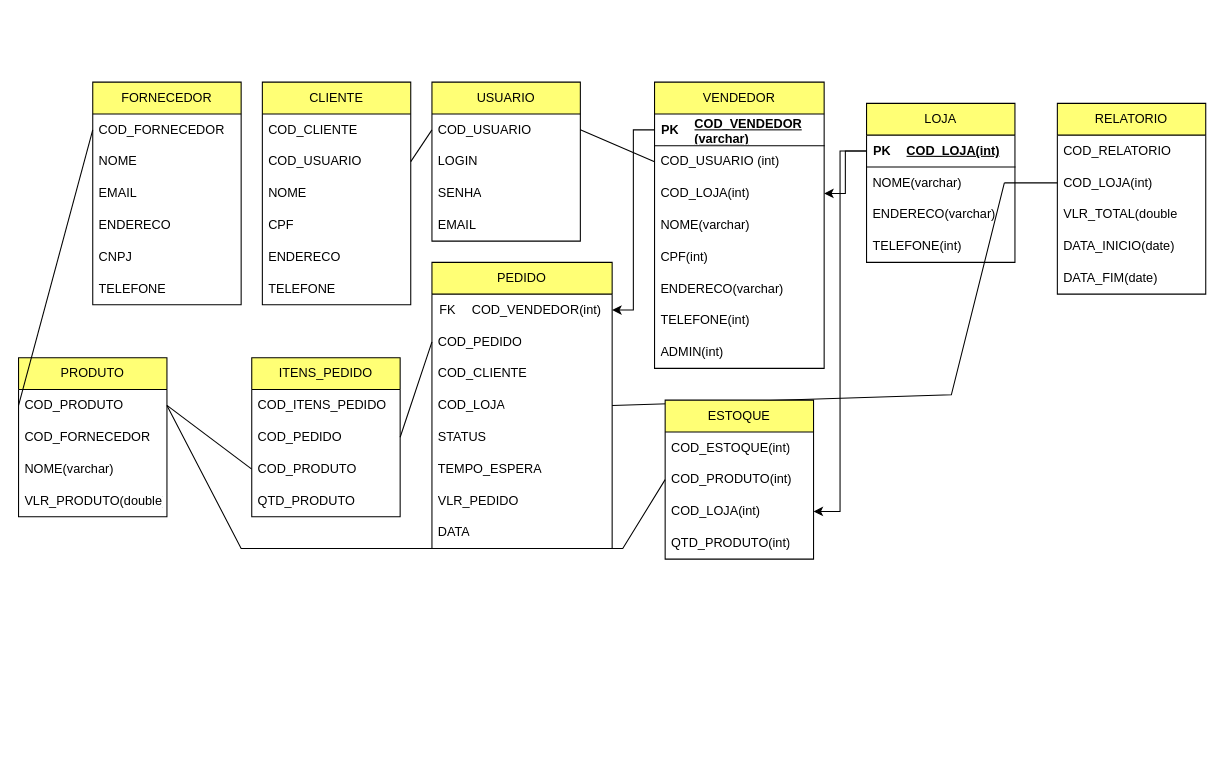
Earlier version of the draw.io diagram ProjetoLógicoZéDelivery/zedelivery.drawio (NicolasKevin2/BD). Source tidied: cells renumbered, new cells numbered last; positions are measured from the earlier drawing's top-left corner, leaving out a move shared by most shapes. Both pictures are drawn from the tidied source at 106%, with x=0, y=0 at pixel (18, 82).
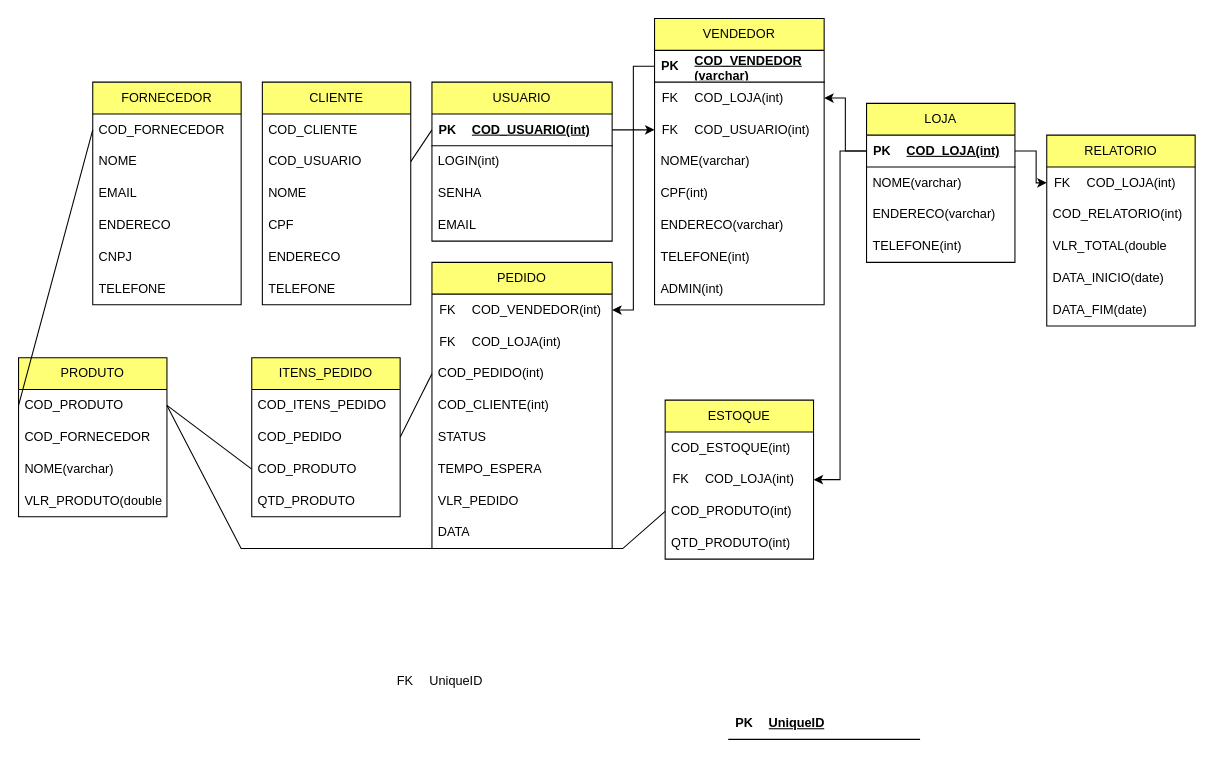
The same diagram, later.

Unchanged cells that the change refers to:
```xml
<mxCell id="9" value="COD_USUARIO" style="text;strokeColor=none;fillColor=none;align=left;verticalAlign=middle;spacingLeft=4;spacingRight=4;overflow=hidden;points=[[0,0.5],[1,0.5]];portConstraint=eastwest;whiteSpace=wrap;html=1;" parent="7" vertex="1">
  <mxGeometry y="60" width="140" height="30" as="geometry" />
</mxCell>
<mxCell id="29" style="shape=tableRow;horizontal=0;startSize=0;swimlaneHead=0;swimlaneBody=0;fillColor=none;points=[[0,0.5],[1,0.5]];portConstraint=eastwest;top=0;left=0;right=0;bottom=1;" parent="28" vertex="1">
  <mxGeometry width="140" height="30" as="geometry" />
</mxCell>
<mxCell id="35" value="PEDIDO" style="swimlane;fontStyle=0;horizontal=1;startSize=30;whiteSpace=wrap;html=1;fillColor=#FFFF75;" parent="1" vertex="1">
  <mxGeometry x="390" y="170" width="170" height="270" as="geometry" />
</mxCell>
<mxCell id="68" value="ESTOQUE" style="swimlane;fontStyle=0;horizontal=1;startSize=30;whiteSpace=wrap;html=1;fillColor=#FFFF75;" parent="1" vertex="1">
  <mxGeometry x="610" y="300" width="140" height="150" as="geometry" />
</mxCell>
```

What changed in the source:
```diff
@@
     <mxCell id="2" value="USUARIO" style="swimlane;fontStyle=0;horizontal=1;startSize=30;whiteSpace=wrap;html=1;fillColor=#FFFF75;" parent="1" vertex="1">
-      <mxGeometry x="390" width="140" height="150" as="geometry" />
+      <mxGeometry x="390" width="170" height="150" as="geometry" />
     </mxCell>
-    <mxCell id="3" value="COD_USUARIO" style="text;strokeColor=none;fillColor=none;align=left;verticalAlign=middle;spacingLeft=4;spacingRight=4;overflow=hidden;points=[[0,0.5],[1,0.5]];portConstraint=eastwest;whiteSpace=wrap;html=1;" parent="2" vertex="1">
-      <mxGeometry y="30" width="140" height="30" as="geometry" />
-    </mxCell>
+    <mxCell id="84" style="shape=table;startSize=0;childLayout=tableLayout;rowLines=0;fontStyle=0;align=center;strokeColor=none;fillColor=none;" parent="2" vertex="1">
+      <mxGeometry y="30" width="170" height="30" as="geometry" />
+    </mxCell>
+    <mxCell id="85" style="shape=tableRow;horizontal=0;startSize=0;swimlaneHead=0;swimlaneBody=0;fillColor=none;points=[[0,0.5],[1,0.5]];portConstraint=eastwest;top=0;left=0;right=0;bottom=1;" parent="84" vertex="1">
+      <mxGeometry width="170" height="30" as="geometry" />
+    </mxCell>
+    <mxCell id="86" value="PK" style="shape=partialRectangle;fillColor=none;top=0;left=0;bottom=0;right=0;fontStyle=1;overflow=hidden;whiteSpace=wrap;html=1;" parent="85" vertex="1">
+      <mxGeometry width="30" height="30" as="geometry" />
+    </mxCell>
+    <mxCell id="87" value="COD_USUARIO(int)" style="shape=partialRectangle;fillColor=none;top=0;left=0;bottom=0;right=0;align=left;spacingLeft=6;fontStyle=5;overflow=hidden;whiteSpace=wrap;html=1;" parent="85" vertex="1">
+      <mxGeometry x="30" width="140" height="30" as="geometry" />
+    </mxCell>
-    <mxCell id="4" value="LOGIN" style="text;strokeColor=none;fillColor=none;align=left;verticalAlign=middle;spacingLeft=4;spacingRight=4;overflow=hidden;whiteSpace=wrap;html=1;" parent="2" vertex="1">
-      <mxGeometry y="60" width="140" height="30" as="geometry" />
+    <mxCell id="4" value="LOGIN(int)" style="text;strokeColor=none;fillColor=none;align=left;verticalAlign=middle;spacingLeft=4;spacingRight=4;overflow=hidden;whiteSpace=wrap;html=1;" parent="2" vertex="1">
+      <mxGeometry y="60" width="170" height="30" as="geometry" />
     </mxCell>
     <mxCell id="5" value="SENHA" style="text;strokeColor=none;fillColor=none;align=left;verticalAlign=middle;spacingLeft=4;spacingRight=4;overflow=hidden;whiteSpace=wrap;html=1;" parent="2" vertex="1">
-      <mxGeometry y="90" width="140" height="30" as="geometry" />
+      <mxGeometry y="90" width="170" height="30" as="geometry" />
     </mxCell>
     <mxCell id="6" value="EMAIL" style="text;strokeColor=none;fillColor=none;align=left;verticalAlign=middle;spacingLeft=4;spacingRight=4;overflow=hidden;whiteSpace=wrap;html=1;" parent="2" vertex="1">
-      <mxGeometry y="120" width="140" height="30" as="geometry" />
+      <mxGeometry y="120" width="170" height="30" as="geometry" />
     </mxCell>
@@
-    <mxCell id="14" style="endArrow=none;html=1;rounded=0;entryX=0;entryY=0.5;entryDx=0;entryDy=0;exitX=1;exitY=0.5;exitDx=0;exitDy=0;" parent="1" edge="1" source="9" target="3">
-      <mxGeometry relative="1" as="geometry" />
+    <mxCell id="14" style="endArrow=none;html=1;rounded=0;entryX=0;entryY=0.5;entryDx=0;entryDy=0;exitX=1;exitY=0.5;exitDx=0;exitDy=0;" parent="1" edge="1" source="9">
+      <mxGeometry relative="1" as="geometry">
+        <mxPoint x="390" y="45" as="targetPoint" />
+      </mxGeometry>
     </mxCell>
     <mxCell id="15" value="VENDEDOR" style="swimlane;fontStyle=0;horizontal=1;startSize=30;whiteSpace=wrap;html=1;fillColor=#FFFF75;" parent="1" vertex="1">
-      <mxGeometry x="600" width="160" height="270" as="geometry" />
+      <mxGeometry x="600" y="-60" width="160" height="270" as="geometry" />
     </mxCell>
@@
-    <mxCell id="19" value="COD_USUARIO (int)" style="text;strokeColor=none;fillColor=none;align=left;verticalAlign=middle;spacingLeft=4;spacingRight=4;overflow=hidden;points=[[0,0.5],[1,0.5]];portConstraint=eastwest;whiteSpace=wrap;html=1;" parent="15" vertex="1">
-      <mxGeometry y="60" width="160" height="30" as="geometry" />
-    </mxCell>
-    <mxCell id="20" value="COD_LOJA(int)" style="text;strokeColor=none;fillColor=none;align=left;verticalAlign=middle;spacingLeft=4;spacingRight=4;overflow=hidden;points=[[0,0.5],[1,0.5]];portConstraint=eastwest;whiteSpace=wrap;html=1;" parent="15" vertex="1">
-      <mxGeometry y="90" width="160" height="30" as="geometry" />
-    </mxCell>
+    <mxCell id="88" style="shape=table;startSize=0;childLayout=tableLayout;rowLines=0;fontStyle=0;align=center;strokeColor=none;fillColor=none;" parent="15" vertex="1">
+      <mxGeometry y="60" width="160" height="30" as="geometry" />
+    </mxCell>
+    <mxCell id="89" style="shape=tableRow;horizontal=0;startSize=0;swimlaneHead=0;swimlaneBody=0;fillColor=none;points=[[0,0.5],[1,0.5]];portConstraint=eastwest;top=0;left=0;right=0;bottom=0;" parent="88" vertex="1">
+      <mxGeometry width="160" height="30" as="geometry" />
+    </mxCell>
+    <mxCell id="90" value="FK" style="shape=partialRectangle;fillColor=none;top=0;left=0;bottom=0;right=0;fontStyle=0;overflow=hidden;whiteSpace=wrap;html=1;" parent="89" vertex="1">
+      <mxGeometry width="30" height="30" as="geometry" />
+    </mxCell>
+    <mxCell id="91" value="COD_LOJA(int)" style="shape=partialRectangle;fillColor=none;top=0;left=0;bottom=0;right=0;align=left;spacingLeft=6;fontStyle=0;overflow=hidden;whiteSpace=wrap;html=1;" parent="89" vertex="1">
+      <mxGeometry x="30" width="130" height="30" as="geometry" />
+    </mxCell>
+    <mxCell id="92" style="shape=table;startSize=0;childLayout=tableLayout;rowLines=0;fontStyle=0;align=center;strokeColor=none;fillColor=none;" parent="15" vertex="1">
+      <mxGeometry y="90" width="160" height="30" as="geometry" />
+    </mxCell>
+    <mxCell id="93" style="shape=tableRow;horizontal=0;startSize=0;swimlaneHead=0;swimlaneBody=0;fillColor=none;points=[[0,0.5],[1,0.5]];portConstraint=eastwest;top=0;left=0;right=0;bottom=0;" parent="92" vertex="1">
+      <mxGeometry width="160" height="30" as="geometry" />
+    </mxCell>
+    <mxCell id="94" value="FK" style="shape=partialRectangle;fillColor=none;top=0;left=0;bottom=0;right=0;fontStyle=0;overflow=hidden;whiteSpace=wrap;html=1;" parent="93" vertex="1">
+      <mxGeometry width="30" height="30" as="geometry" />
+    </mxCell>
+    <mxCell id="95" value="COD_USUARIO(int)" style="shape=partialRectangle;fillColor=none;top=0;left=0;bottom=0;right=0;align=left;spacingLeft=6;fontStyle=0;overflow=hidden;whiteSpace=wrap;html=1;" parent="93" vertex="1">
+      <mxGeometry x="30" width="130" height="30" as="geometry" />
+    </mxCell>
@@
-    <mxCell id="26" style="endArrow=none;html=1;rounded=0;entryX=0;entryY=0.5;entryDx=0;entryDy=0;exitX=1;exitY=0.5;exitDx=0;exitDy=0;" parent="1" edge="1" source="3" target="19">
-      <mxGeometry relative="1" as="geometry" />
-    </mxCell>
@@
+    <mxCell id="96" style="shape=table;startSize=0;childLayout=tableLayout;rowLines=0;fontStyle=0;align=center;strokeColor=none;fillColor=none;" parent="35" vertex="1">
+      <mxGeometry y="60" width="170" height="30" as="geometry" />
+    </mxCell>
+    <mxCell id="97" style="shape=tableRow;horizontal=0;startSize=0;swimlaneHead=0;swimlaneBody=0;fillColor=none;top=0;left=0;right=0;bottom=0;" parent="96" vertex="1">
+      <mxGeometry width="170" height="30" as="geometry" />
+    </mxCell>
+    <mxCell id="98" value="FK" style="shape=partialRectangle;fillColor=none;top=0;left=0;bottom=0;right=0;fontStyle=0;overflow=hidden;whiteSpace=wrap;html=1;" parent="97" vertex="1">
+      <mxGeometry width="30" height="30" as="geometry" />
+    </mxCell>
+    <mxCell id="99" value="COD_LOJA(int)" style="shape=partialRectangle;fillColor=none;top=0;left=0;bottom=0;right=0;align=left;spacingLeft=6;fontStyle=0;overflow=hidden;whiteSpace=wrap;html=1;" parent="97" vertex="1">
+      <mxGeometry x="30" width="140" height="30" as="geometry" />
+    </mxCell>
-    <mxCell id="40" value="COD_PEDIDO" style="text;strokeColor=none;fillColor=none;align=left;verticalAlign=middle;spacingLeft=4;spacingRight=4;overflow=hidden;points=[[0,0.5],[1,0.5]];portConstraint=eastwest;whiteSpace=wrap;html=1;" parent="35" vertex="1">
-      <mxGeometry y="60" width="170" height="30" as="geometry" />
+    <mxCell id="40" value="COD_PEDIDO(int)" style="text;strokeColor=none;fillColor=none;align=left;verticalAlign=middle;spacingLeft=4;spacingRight=4;overflow=hidden;points=[[0,0.5],[1,0.5]];portConstraint=eastwest;whiteSpace=wrap;html=1;" parent="35" vertex="1">
+      <mxGeometry y="90" width="170" height="30" as="geometry" />
     </mxCell>
-    <mxCell id="41" value="COD_CLIENTE" style="text;strokeColor=none;fillColor=none;align=left;verticalAlign=middle;spacingLeft=4;spacingRight=4;overflow=hidden;whiteSpace=wrap;html=1;" parent="35" vertex="1">
-      <mxGeometry y="90" width="170" height="30" as="geometry" />
+    <mxCell id="41" value="COD_CLIENTE(int)" style="text;strokeColor=none;fillColor=none;align=left;verticalAlign=middle;spacingLeft=4;spacingRight=4;overflow=hidden;whiteSpace=wrap;html=1;" parent="35" vertex="1">
+      <mxGeometry y="120" width="170" height="30" as="geometry" />
     </mxCell>
-    <mxCell id="42" value="COD_LOJA" style="text;strokeColor=none;fillColor=none;align=left;verticalAlign=middle;spacingLeft=4;spacingRight=4;overflow=hidden;points=[[0,0.5],[1,0.5]];portConstraint=eastwest;whiteSpace=wrap;html=1;" parent="35" vertex="1">
-      <mxGeometry y="120" width="170" height="30" as="geometry" />
-    </mxCell>
@@
-    <mxCell id="53" style="endArrow=none;html=1;rounded=0;entryX=1;entryY=0.5;entryDx=0;entryDy=0;exitX=1;exitY=0.5;exitDx=0;exitDy=0;" parent="1" edge="1" target="42">
-      <mxGeometry relative="1" as="geometry">
-        <mxPoint x="930" y="95" as="sourcePoint" />
-        <Array as="points">
-          <mxPoint x="880" y="295" />
-        </Array>
-      </mxGeometry>
-    </mxCell>
@@
+    <mxCell id="100" style="shape=table;startSize=0;childLayout=tableLayout;rowLines=0;fontStyle=0;align=center;strokeColor=none;fillColor=none;" parent="68" vertex="1">
+      <mxGeometry y="60" width="140" height="30" as="geometry" />
+    </mxCell>
+    <mxCell id="101" style="shape=tableRow;horizontal=0;startSize=0;swimlaneHead=0;swimlaneBody=0;fillColor=none;points=[[0,0.5],[1,0.5]];portConstraint=eastwest;top=0;left=0;right=0;bottom=0;" parent="100" vertex="1">
+      <mxGeometry width="140" height="30" as="geometry" />
+    </mxCell>
+    <mxCell id="102" value="FK" style="shape=partialRectangle;fillColor=none;top=0;left=0;bottom=0;right=0;fontStyle=0;overflow=hidden;whiteSpace=wrap;html=1;" parent="101" vertex="1">
+      <mxGeometry width="30" height="30" as="geometry" />
+    </mxCell>
+    <mxCell id="103" value="COD_LOJA(int)" style="shape=partialRectangle;fillColor=none;top=0;left=0;bottom=0;right=0;align=left;spacingLeft=6;fontStyle=0;overflow=hidden;whiteSpace=wrap;html=1;" parent="101" vertex="1">
+      <mxGeometry x="30" width="110" height="30" as="geometry" />
+    </mxCell>
     <mxCell id="70" value="COD_PRODUTO(int)" style="text;strokeColor=none;fillColor=none;align=left;verticalAlign=middle;spacingLeft=4;spacingRight=4;overflow=hidden;points=[[0,0.5],[1,0.5]];portConstraint=eastwest;whiteSpace=wrap;html=1;" parent="68" vertex="1">
-      <mxGeometry y="60" width="140" height="30" as="geometry" />
+      <mxGeometry y="90" width="140" height="30" as="geometry" />
     </mxCell>
-    <mxCell id="71" value="COD_LOJA(int)" style="text;strokeColor=none;fillColor=none;align=left;verticalAlign=middle;spacingLeft=4;spacingRight=4;overflow=hidden;points=[[0,0.5],[1,0.5]];portConstraint=eastwest;whiteSpace=wrap;html=1;" parent="68" vertex="1">
-      <mxGeometry y="90" width="140" height="30" as="geometry" />
-    </mxCell>
@@
     <mxCell id="74" value="RELATORIO" style="swimlane;fontStyle=0;horizontal=1;startSize=30;whiteSpace=wrap;html=1;fillColor=#FFFF75;" parent="1" vertex="1">
-      <mxGeometry x="980" y="20" width="140" height="180" as="geometry" />
+      <mxGeometry x="970" y="50" width="140" height="180" as="geometry" />
     </mxCell>
+    <mxCell id="104" style="shape=table;startSize=0;childLayout=tableLayout;rowLines=0;fontStyle=0;align=center;strokeColor=none;fillColor=none;" parent="74" vertex="1">
+      <mxGeometry y="30" width="140" height="30" as="geometry" />
+    </mxCell>
+    <mxCell id="105" style="shape=tableRow;horizontal=0;startSize=0;swimlaneHead=0;swimlaneBody=0;fillColor=none;points=[[0,0.5],[1,0.5]];portConstraint=eastwest;top=0;left=0;right=0;bottom=0;" parent="104" vertex="1">
+      <mxGeometry width="140" height="30" as="geometry" />
+    </mxCell>
+    <mxCell id="106" value="FK" style="shape=partialRectangle;fillColor=none;top=0;left=0;bottom=0;right=0;fontStyle=0;overflow=hidden;whiteSpace=wrap;html=1;" parent="105" vertex="1">
+      <mxGeometry width="30" height="30" as="geometry" />
+    </mxCell>
+    <mxCell id="107" value="COD_LOJA(int)" style="shape=partialRectangle;fillColor=none;top=0;left=0;bottom=0;right=0;align=left;spacingLeft=6;fontStyle=0;overflow=hidden;whiteSpace=wrap;html=1;" parent="105" vertex="1">
+      <mxGeometry x="30" width="110" height="30" as="geometry" />
+    </mxCell>
-    <mxCell id="75" value="COD_RELATORIO" style="text;strokeColor=none;fillColor=none;align=left;verticalAlign=middle;spacingLeft=4;spacingRight=4;overflow=hidden;whiteSpace=wrap;html=1;" parent="74" vertex="1">
-      <mxGeometry y="30" width="140" height="30" as="geometry" />
+    <mxCell id="75" value="COD_RELATORIO(int)" style="text;strokeColor=none;fillColor=none;align=left;verticalAlign=middle;spacingLeft=4;spacingRight=4;overflow=hidden;whiteSpace=wrap;html=1;" parent="74" vertex="1">
+      <mxGeometry y="60" width="140" height="30" as="geometry" />
     </mxCell>
-    <mxCell id="76" value="COD_LOJA(int)" style="text;strokeColor=none;fillColor=none;align=left;verticalAlign=middle;spacingLeft=4;spacingRight=4;overflow=hidden;points=[[0,0.5],[1,0.5]];portConstraint=eastwest;whiteSpace=wrap;html=1;" parent="74" vertex="1">
-      <mxGeometry y="60" width="140" height="30" as="geometry" />
-    </mxCell>
@@
-    <mxCell id="80" style="endArrow=none;html=1;rounded=0;entryX=1;entryY=0.5;entryDx=0;entryDy=0;exitX=0;exitY=0.5;exitDx=0;exitDy=0;" parent="1" edge="1" source="76">
-      <mxGeometry relative="1" as="geometry">
-        <mxPoint x="930" y="95" as="targetPoint" />
-      </mxGeometry>
-    </mxCell>
@@
-    <mxCell id="82" style="edgeStyle=orthogonalEdgeStyle;rounded=0;jettySize=auto;html=1;" parent="1" edge="1" source="29" target="71">
-      <mxGeometry relative="1" as="geometry" />
-    </mxCell>
-    <mxCell id="83" style="edgeStyle=orthogonalEdgeStyle;rounded=0;jettySize=auto;html=1;" parent="1" edge="1" source="29" target="20">
-      <mxGeometry relative="1" as="geometry" />
-    </mxCell>
+    <mxCell id="108" style="edgeStyle=orthogonalEdgeStyle;rounded=0;jettySize=auto;html=1;" parent="1" edge="1" source="29" target="89">
+      <mxGeometry relative="1" as="geometry" />
+    </mxCell>
+    <mxCell id="109" style="edgeStyle=orthogonalEdgeStyle;rounded=0;jettySize=auto;html=1;" parent="1" edge="1" source="29" target="101">
+      <mxGeometry relative="1" as="geometry" />
+    </mxCell>
+    <mxCell id="110" style="edgeStyle=orthogonalEdgeStyle;rounded=0;jettySize=auto;html=1;" parent="1" edge="1" source="29" target="105">
+      <mxGeometry relative="1" as="geometry" />
+    </mxCell>
+    <mxCell id="111" style="shape=table;startSize=0;childLayout=tableLayout;rowLines=0;fontStyle=0;align=center;strokeColor=none;fillColor=none;" parent="1" vertex="1">
+      <mxGeometry x="350" y="550" width="180" height="30" as="geometry" />
+    </mxCell>
+    <mxCell id="112" style="shape=tableRow;horizontal=0;startSize=0;swimlaneHead=0;swimlaneBody=0;fillColor=none;top=0;left=0;right=0;bottom=0;" parent="111" vertex="1">
+      <mxGeometry width="180" height="30" as="geometry" />
+    </mxCell>
+    <mxCell id="113" value="FK" style="shape=partialRectangle;fillColor=none;top=0;left=0;bottom=0;right=0;fontStyle=0;overflow=hidden;whiteSpace=wrap;html=1;" parent="112" vertex="1">
+      <mxGeometry width="30" height="30" as="geometry" />
+    </mxCell>
+    <mxCell id="114" value="UniqueID" style="shape=partialRectangle;fillColor=none;top=0;left=0;bottom=0;right=0;align=left;spacingLeft=6;fontStyle=0;overflow=hidden;whiteSpace=wrap;html=1;" parent="112" vertex="1">
+      <mxGeometry x="30" width="150" height="30" as="geometry" />
+    </mxCell>
+    <mxCell id="115" style="shape=table;startSize=0;childLayout=tableLayout;rowLines=0;fontStyle=0;align=center;strokeColor=none;fillColor=none;" parent="1" vertex="1">
+      <mxGeometry x="670" y="590" width="180" height="30" as="geometry" />
+    </mxCell>
+    <mxCell id="116" style="shape=tableRow;horizontal=0;startSize=0;swimlaneHead=0;swimlaneBody=0;fillColor=none;top=0;left=0;right=0;bottom=1;" parent="115" vertex="1">
+      <mxGeometry width="180" height="30" as="geometry" />
+    </mxCell>
+    <mxCell id="117" value="PK" style="shape=partialRectangle;fillColor=none;top=0;left=0;bottom=0;right=0;fontStyle=1;overflow=hidden;whiteSpace=wrap;html=1;" parent="116" vertex="1">
+      <mxGeometry width="30" height="30" as="geometry" />
+    </mxCell>
+    <mxCell id="118" value="UniqueID" style="shape=partialRectangle;fillColor=none;top=0;left=0;bottom=0;right=0;align=left;spacingLeft=6;fontStyle=5;overflow=hidden;whiteSpace=wrap;html=1;" parent="116" vertex="1">
+      <mxGeometry x="30" width="150" height="30" as="geometry" />
+    </mxCell>
+    <mxCell id="119" style="edgeStyle=orthogonalEdgeStyle;rounded=0;jettySize=auto;html=1;" parent="1" edge="1" source="85" target="93">
+      <mxGeometry relative="1" as="geometry" />
+    </mxCell>
```
